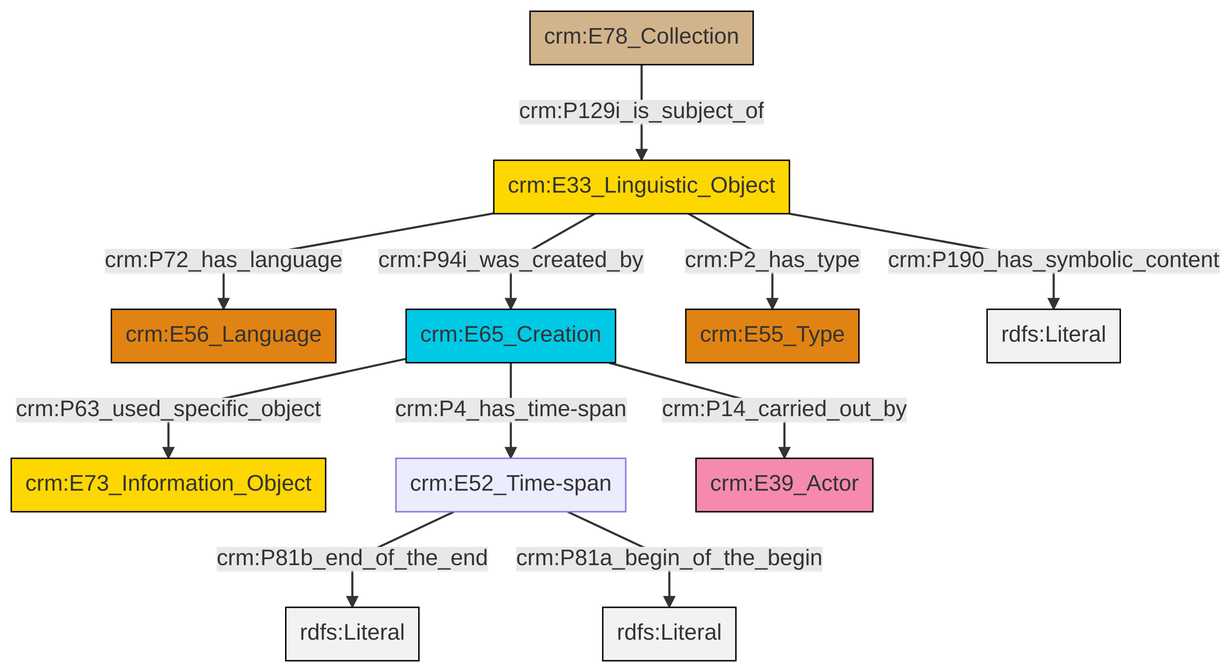
Earlier version of the Mermaid export et/archivalCSV/ttl/mmd/png/archival_desc.png (swiss-art-research-net/docs.swissartresearch). Its source is kept beside it as et/archivalCSV/ttl/mmd/archival_desc.ttl.mmd.
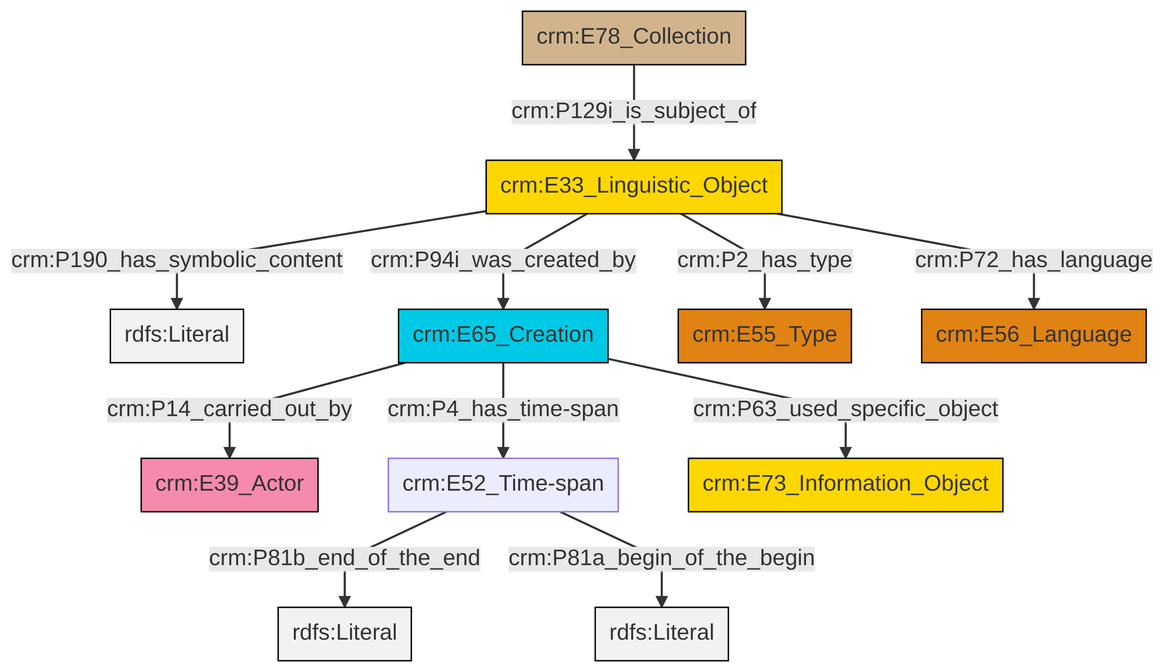
Later version of the same file.

The edit, as a diff of the source:
```diff
@@ -13,13 +13,13 @@
 classDef PC_Classes fill:#4ce600, stroke:#000000;
 classDef Multi fill:#cccccc,stroke:#000000;
 
-0["crm:E33_Linguistic_Object"]:::Conceptual_Object -->|crm:P72_has_language| 1["crm:E56_Language"]:::Type
+0["crm:E33_Linguistic_Object"]:::Conceptual_Object -->|crm:P190_has_symbolic_content| 1[rdfs:Literal]:::Literal
+2["crm:E65_Creation"]:::Temporal_Entity -->|crm:P14_carried_out_by| 3["crm:E39_Actor"]:::Actor
+0["crm:E33_Linguistic_Object"]:::Conceptual_Object -->|crm:P2_has_type| 4["crm:E55_Type"]:::Type
+7["crm:E52_Time-span"]:::Default -->|crm:P81b_end_of_the_end| 8[rdfs:Literal]:::Literal
+2["crm:E65_Creation"]:::Temporal_Entity -->|crm:P4_has_time-span| 7["crm:E52_Time-span"]:::Default
+10["crm:E78_Collection"]:::Physical_Thing -->|crm:P129i_is_subject_of| 0["crm:E33_Linguistic_Object"]:::Conceptual_Object
+2["crm:E65_Creation"]:::Temporal_Entity -->|crm:P63_used_specific_object| 12["crm:E73_Information_Object"]:::Conceptual_Object
+7["crm:E52_Time-span"]:::Default -->|crm:P81a_begin_of_the_begin| 15[rdfs:Literal]:::Literal
+0["crm:E33_Linguistic_Object"]:::Conceptual_Object -->|crm:P72_has_language| 16["crm:E56_Language"]:::Type
 0["crm:E33_Linguistic_Object"]:::Conceptual_Object -->|crm:P94i_was_created_by| 2["crm:E65_Creation"]:::Temporal_Entity
-9["crm:E52_Time-span"]:::Default -->|crm:P81b_end_of_the_end| 10[rdfs:Literal]:::Literal
-0["crm:E33_Linguistic_Object"]:::Conceptual_Object -->|crm:P2_has_type| 7["crm:E55_Type"]:::Type
-0["crm:E33_Linguistic_Object"]:::Conceptual_Object -->|crm:P190_has_symbolic_content| 12[rdfs:Literal]:::Literal
-2["crm:E65_Creation"]:::Temporal_Entity -->|crm:P14_carried_out_by| 13["crm:E39_Actor"]:::Actor
-2["crm:E65_Creation"]:::Temporal_Entity -->|crm:P4_has_time-span| 9["crm:E52_Time-span"]:::Default
-2["crm:E65_Creation"]:::Temporal_Entity -->|crm:P63_used_specific_object| 3["crm:E73_Information_Object"]:::Conceptual_Object
-5["crm:E78_Collection"]:::Physical_Thing -->|crm:P129i_is_subject_of| 0["crm:E33_Linguistic_Object"]:::Conceptual_Object
-9["crm:E52_Time-span"]:::Default -->|crm:P81a_begin_of_the_begin| 18[rdfs:Literal]:::Literal
```
